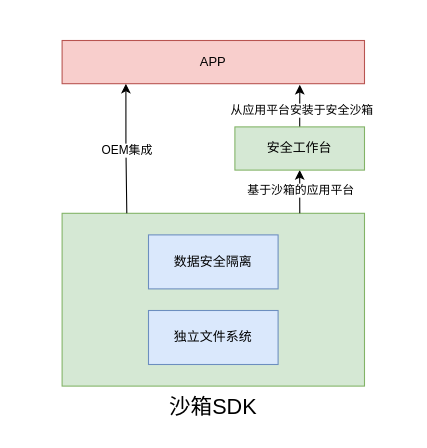
Earlier version of the draw.io diagram 安全沙箱.drawio (mobof/Koal). Source tidied: cells renumbered, new cells numbered last; positions are measured from the earlier drawing's top-left corner, leaving out a move shared by most shapes. Both pictures are drawn from the tidied source at 108%, with x=0, y=0 at pixel (62, 40).
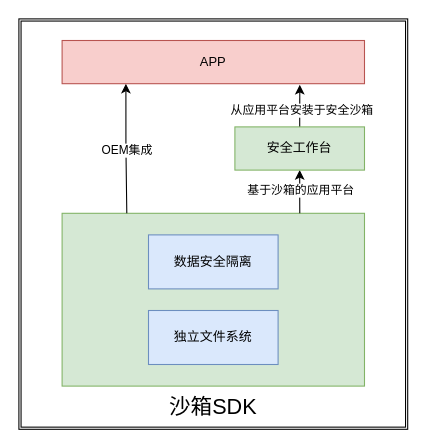
The same diagram, later.

Diff of the diagram source:
```diff
@@
 <mxGraphModel>
   <root>
     <mxCell id="0" />
     <mxCell id="1" parent="0" />
+    <mxCell id="13" style="shape=ext;double=1;rounded=0;whiteSpace=wrap;html=1;" parent="1" vertex="1">
+      <mxGeometry x="-40" y="-20" width="360" height="380" as="geometry" />
+    </mxCell>
     <mxCell id="2" value="&lt;font style=&quot;font-size: 20px&quot;&gt;沙箱SDK&lt;/font&gt;" style="rounded=0;whiteSpace=wrap;html=1;fillColor=#d5e8d4;strokeColor=#82b366;labelPosition=center;verticalLabelPosition=bottom;align=center;verticalAlign=top;" parent="1" vertex="1">
       <mxGeometry y="160" width="280" height="160" as="geometry" />
     </mxCell>
     <mxCell id="3" value="独立文件系统" style="rounded=0;whiteSpace=wrap;html=1;fillColor=#dae8fc;strokeColor=#6c8ebf;" parent="1" vertex="1">
       <mxGeometry x="80" y="250" width="120" height="50" as="geometry" />
     </mxCell>
     <mxCell id="4" style="edgeStyle=orthogonalEdgeStyle;rounded=0;jettySize=auto;html=1;entryX=0.214;entryY=0;entryDx=0;entryDy=0;entryPerimeter=0;startArrow=classic;startFill=1;endArrow=none;endFill=0;exitX=0.211;exitY=1;exitDx=0;exitDy=0;exitPerimeter=0;" parent="1" edge="1" source="8" target="2">
       <mxGeometry relative="1" as="geometry" />
     </mxCell>
     <mxCell id="5" value="OEM集成" style="edgeLabel;html=1;align=center;verticalAlign=middle;" parent="4" vertex="1">
       <mxGeometry y="-1" relative="1" as="geometry" />
     </mxCell>
     <mxCell id="6" style="edgeStyle=orthogonalEdgeStyle;rounded=0;jettySize=auto;html=1;entryX=0.5;entryY=0;entryDx=0;entryDy=0;startArrow=classic;startFill=1;endArrow=none;endFill=0;exitX=0.786;exitY=1.025;exitDx=0;exitDy=0;exitPerimeter=0;" parent="1" edge="1" source="8" target="11">
       <mxGeometry relative="1" as="geometry" />
     </mxCell>
     <mxCell id="7" value="从应用平台安装于安全沙箱" style="edgeLabel;html=1;align=center;verticalAlign=middle;" parent="6" vertex="1">
       <mxGeometry x="0.18" y="1" relative="1" as="geometry" />
     </mxCell>
     <mxCell id="8" value="APP" style="rounded=0;whiteSpace=wrap;html=1;fillColor=#f8cecc;strokeColor=#b85450;" parent="1" vertex="1">
       <mxGeometry width="280" height="40" as="geometry" />
     </mxCell>
     <mxCell id="9" style="edgeStyle=orthogonalEdgeStyle;rounded=0;jettySize=auto;html=1;entryX=0.786;entryY=0;entryDx=0;entryDy=0;entryPerimeter=0;startArrow=classic;startFill=1;endArrow=none;endFill=0;" parent="1" edge="1" source="11" target="2">
       <mxGeometry relative="1" as="geometry" />
     </mxCell>
     <mxCell id="10" value="基于沙箱的应用平台" style="edgeLabel;html=1;align=center;verticalAlign=middle;" parent="9" vertex="1">
       <mxGeometry x="-0.08" relative="1" as="geometry" />
     </mxCell>
     <mxCell id="11" value="安全工作台" style="rounded=0;whiteSpace=wrap;html=1;fillColor=#d5e8d4;strokeColor=#82b366;" parent="1" vertex="1">
       <mxGeometry x="160" y="80" width="120" height="40" as="geometry" />
     </mxCell>
     <mxCell id="12" value="数据安全隔离" style="rounded=0;whiteSpace=wrap;html=1;fillColor=#dae8fc;strokeColor=#6c8ebf;" parent="1" vertex="1">
       <mxGeometry x="80" y="180" width="120" height="50" as="geometry" />
     </mxCell>
   </root>
 </mxGraphModel>
```
